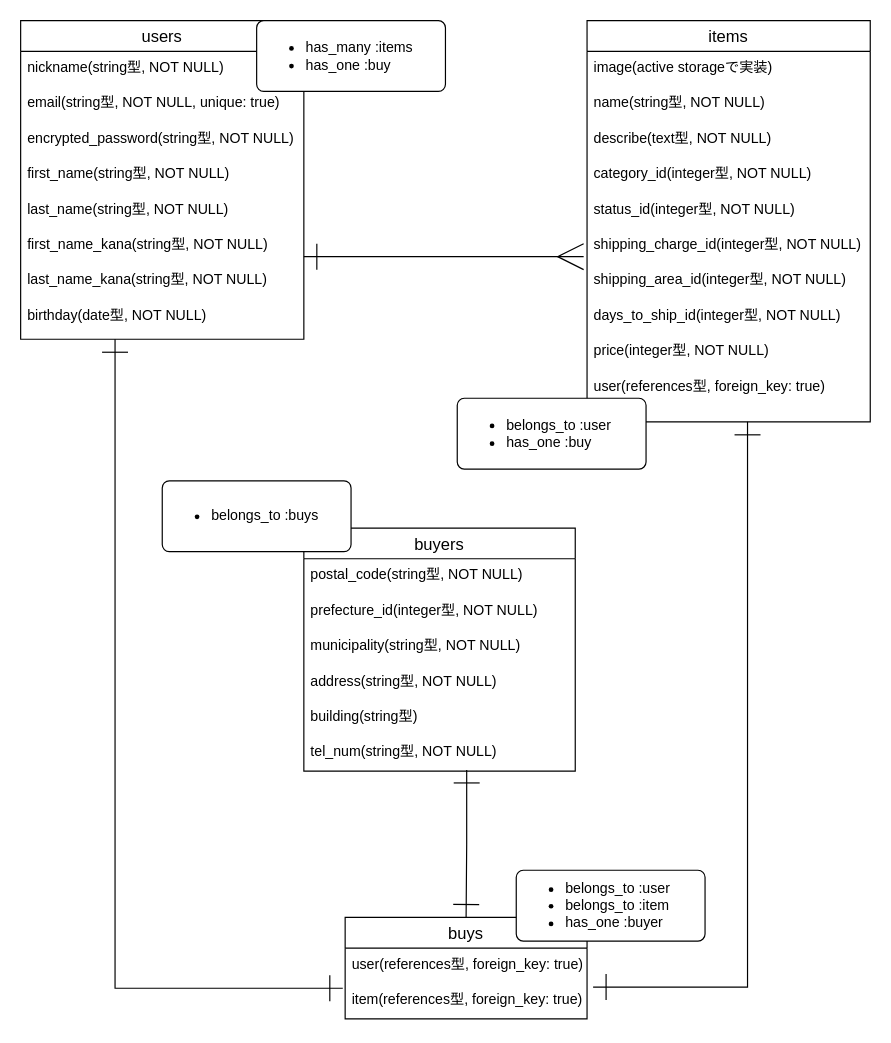
The draw.io diagram furima_er.dio in ironkazutoyo/furima-34405, before the edit. Source tidied: cells renumbered, new cells numbered last; positions are measured from the earlier drawing's top-left corner, leaving out a move shared by most shapes. Both pictures are drawn from the tidied source at 118%, with x=0, y=0 at pixel (20, 20).
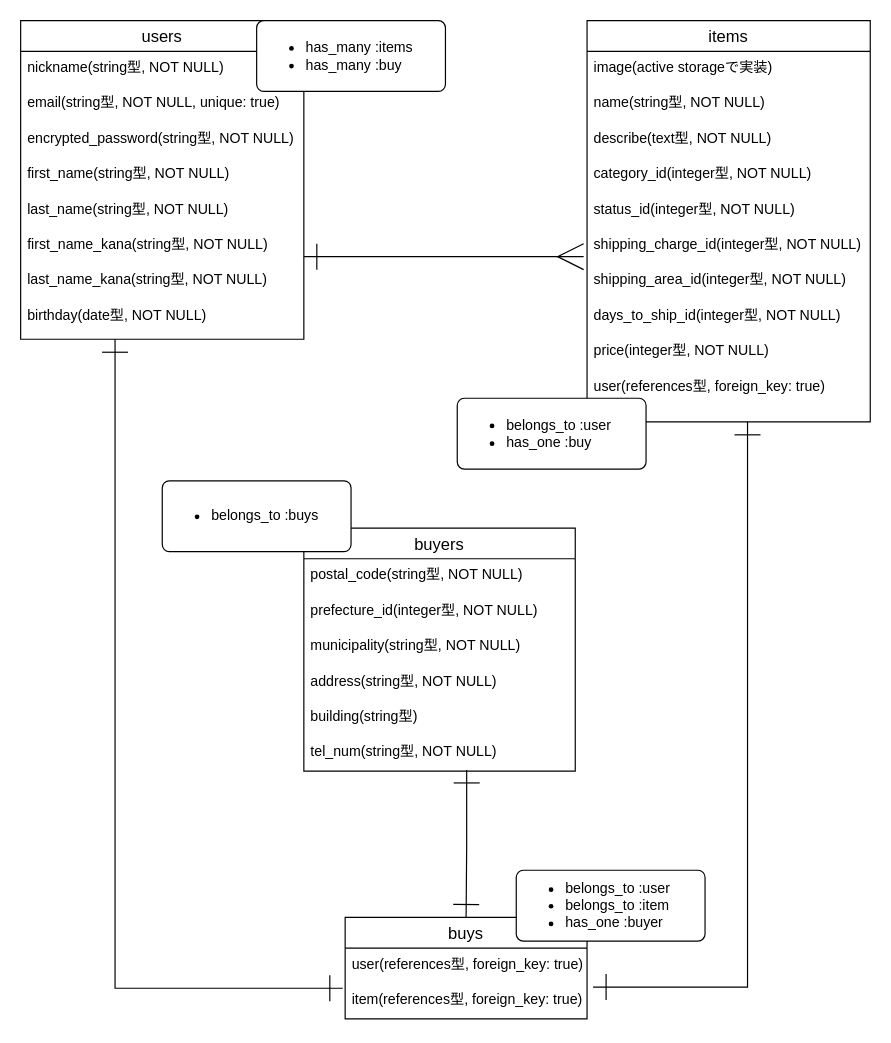
After the change.

Change to the diagram source:
```diff
@@
-    <mxCell id="33" value="&lt;ul&gt;&lt;li&gt;has_many :items&lt;/li&gt;&lt;li&gt;has_one :buy&lt;/li&gt;&lt;/ul&gt;" style="rounded=1;arcSize=10;whiteSpace=wrap;html=1;align=left;" parent="1" vertex="1">
+    <mxCell id="33" value="&lt;ul&gt;&lt;li&gt;has_many :items&lt;/li&gt;&lt;li&gt;has_many :buy&lt;/li&gt;&lt;/ul&gt;" style="rounded=1;arcSize=10;whiteSpace=wrap;html=1;align=left;" parent="1" vertex="1">
       <mxGeometry x="200" width="160" height="60" as="geometry" />
     </mxCell>
```
